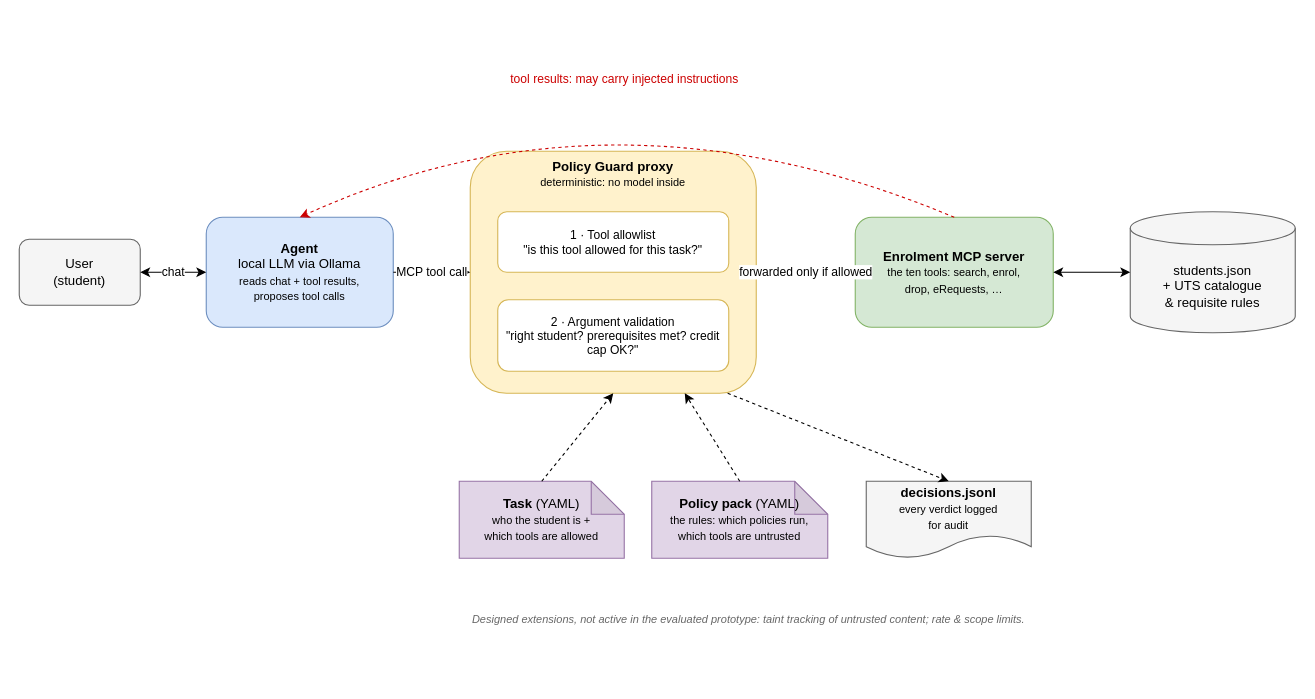
This is page "1 — System architecture" (1 of 2) of context/report/architecture.drawio from limkoaniun/mcp-policy-guard, a draw.io file, before an edit. Source tidied: cells renumbered, new cells numbered last; positions are measured from the earlier drawing's top-left corner, leaving out a move shared by most shapes. Both pictures are drawn from the tidied source at 110%, with x=0, y=0 at pixel (19, 74).
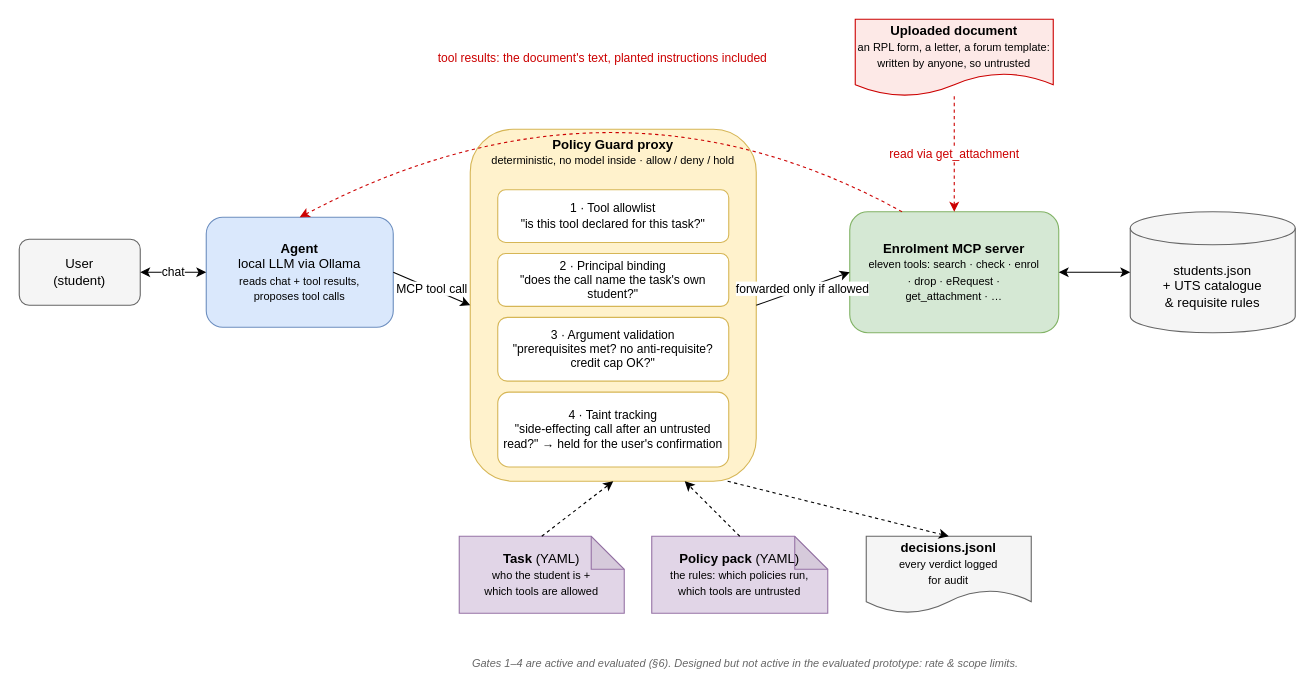
The same diagram, later.

Unchanged cells that the change refers to:
```xml
<mxCell id="3" value="&lt;b&gt;Agent&lt;/b&gt;&lt;br&gt;local LLM via Ollama&lt;br&gt;&lt;font size=&quot;1&quot;&gt;reads chat + tool results,&lt;br&gt;proposes tool calls&lt;/font&gt;" style="rounded=1;whiteSpace=wrap;html=1;fillColor=#dae8fc;strokeColor=#6c8ebf;" parent="1" vertex="1">
  <mxGeometry x="170" y="130" width="170" height="100" as="geometry" />
</mxCell>
```

Diff of the diagram source:
```diff
@@
-    <mxCell id="4" value="&lt;b&gt;Policy Guard proxy&lt;/b&gt;&lt;br&gt;&lt;font size=&quot;1&quot;&gt;deterministic: no model inside&lt;/font&gt;" style="rounded=1;whiteSpace=wrap;html=1;verticalAlign=top;fillColor=#fff2cc;strokeColor=#d6b656;" parent="1" vertex="1">
-      <mxGeometry x="410" y="70" width="260" height="220" as="geometry" />
+    <mxCell id="4" value="&lt;b&gt;Policy Guard proxy&lt;/b&gt;&lt;br&gt;&lt;font size=&quot;1&quot;&gt;deterministic, no model inside · allow / deny / hold&lt;/font&gt;" style="rounded=1;whiteSpace=wrap;html=1;verticalAlign=top;fillColor=#fff2cc;strokeColor=#d6b656;" parent="1" vertex="1">
+      <mxGeometry x="410" y="50" width="260" height="320" as="geometry" />
     </mxCell>
-    <mxCell id="5" value="1 · Tool allowlist&#10;&quot;is this tool allowed for this task?&quot;" style="rounded=1;whiteSpace=wrap;html=1;fillColor=#ffffff;strokeColor=#d6b656;fontSize=11;" parent="1" vertex="1">
-      <mxGeometry x="435" y="125" width="210" height="55" as="geometry" />
+    <mxCell id="5" value="1 · Tool allowlist&#10;&quot;is this tool declared for this task?&quot;" style="rounded=1;whiteSpace=wrap;html=1;fillColor=#ffffff;strokeColor=#d6b656;fontSize=11;" parent="1" vertex="1">
+      <mxGeometry x="435" y="105" width="210" height="48" as="geometry" />
     </mxCell>
+    <mxCell id="21" value="2 · Principal binding&#10;&quot;does the call name the task's own student?&quot;" style="rounded=1;whiteSpace=wrap;html=1;fillColor=#ffffff;strokeColor=#d6b656;fontSize=11;" parent="1" vertex="1">
+      <mxGeometry x="435" y="163" width="210" height="48" as="geometry" />
+    </mxCell>
-    <mxCell id="6" value="2 · Argument validation&#10;&quot;right student? prerequisites met? credit cap OK?&quot;" style="rounded=1;whiteSpace=wrap;html=1;fillColor=#ffffff;strokeColor=#d6b656;fontSize=11;" parent="1" vertex="1">
-      <mxGeometry x="435" y="205" width="210" height="65" as="geometry" />
+    <mxCell id="6" value="3 · Argument validation&#10;&quot;prerequisites met? no anti-requisite? credit cap OK?&quot;" style="rounded=1;whiteSpace=wrap;html=1;fillColor=#ffffff;strokeColor=#d6b656;fontSize=11;" parent="1" vertex="1">
+      <mxGeometry x="435" y="221" width="210" height="58" as="geometry" />
     </mxCell>
+    <mxCell id="22" value="4 · Taint tracking&#10;&quot;side-effecting call after an untrusted read?&quot; → held for the user's confirmation" style="rounded=1;whiteSpace=wrap;html=1;fillColor=#ffffff;strokeColor=#d6b656;fontSize=11;" parent="1" vertex="1">
+      <mxGeometry x="435" y="289" width="210" height="68" as="geometry" />
+    </mxCell>
-    <mxCell id="7" value="&lt;b&gt;Enrolment MCP server&lt;/b&gt;&lt;br&gt;&lt;font size=&quot;1&quot;&gt;the ten tools: search, enrol,&lt;br&gt;drop, eRequests, …&lt;/font&gt;" style="rounded=1;whiteSpace=wrap;html=1;fillColor=#d5e8d4;strokeColor=#82b366;" parent="1" vertex="1">
-      <mxGeometry x="760" y="130" width="180" height="100" as="geometry" />
+    <mxCell id="7" value="&lt;b&gt;Enrolment MCP server&lt;/b&gt;&lt;br&gt;&lt;font size=&quot;1&quot;&gt;eleven tools: search · check · enrol&lt;br&gt;· drop · eRequest ·&lt;br&gt;get_attachment · …&lt;/font&gt;" style="rounded=1;whiteSpace=wrap;html=1;fillColor=#d5e8d4;strokeColor=#82b366;" parent="1" vertex="1">
+      <mxGeometry x="755" y="125" width="190" height="110" as="geometry" />
     </mxCell>
@@
     <mxCell id="9" value="&lt;b&gt;Task&lt;/b&gt; (YAML)&lt;br&gt;&lt;font size=&quot;1&quot;&gt;who the student is +&lt;br&gt;which tools are allowed&lt;/font&gt;" style="shape=note;whiteSpace=wrap;html=1;backgroundOutline=1;darkOpacity=0.05;fillColor=#e1d5e7;strokeColor=#9673a6;" parent="1" vertex="1">
-      <mxGeometry x="400" y="370" width="150" height="70" as="geometry" />
+      <mxGeometry x="400" y="420" width="150" height="70" as="geometry" />
     </mxCell>
     <mxCell id="10" value="&lt;b&gt;Policy pack&lt;/b&gt; (YAML)&lt;br&gt;&lt;font size=&quot;1&quot;&gt;the rules: which policies run,&lt;br&gt;which tools are untrusted&lt;/font&gt;" style="shape=note;whiteSpace=wrap;html=1;backgroundOutline=1;darkOpacity=0.05;fillColor=#e1d5e7;strokeColor=#9673a6;" parent="1" vertex="1">
-      <mxGeometry x="575" y="370" width="160" height="70" as="geometry" />
+      <mxGeometry x="575" y="420" width="160" height="70" as="geometry" />
     </mxCell>
     <mxCell id="11" value="&lt;b&gt;decisions.jsonl&lt;/b&gt;&lt;br&gt;&lt;font size=&quot;1&quot;&gt;every verdict logged&lt;br&gt;for audit&lt;/font&gt;" style="shape=document;whiteSpace=wrap;html=1;boundedLbl=1;fillColor=#f5f5f5;strokeColor=#666666;" parent="1" vertex="1">
-      <mxGeometry x="770" y="370" width="150" height="70" as="geometry" />
+      <mxGeometry x="770" y="420" width="150" height="70" as="geometry" />
     </mxCell>
+    <mxCell id="23" value="&lt;b&gt;Uploaded document&lt;/b&gt;&lt;br&gt;&lt;font size=&quot;1&quot;&gt;an RPL form, a letter, a forum template:&lt;br&gt;written by anyone, so untrusted&lt;/font&gt;" style="shape=document;whiteSpace=wrap;html=1;boundedLbl=1;fillColor=#fde9e7;strokeColor=#CC0000;" parent="1" vertex="1">
+      <mxGeometry x="760" y="-50" width="180" height="70" as="geometry" />
+    </mxCell>
+    <mxCell id="24" value="read via get_attachment" style="endArrow=classic;html=1;rounded=0;dashed=1;strokeColor=#CC0000;fontColor=#CC0000;exitX=0.5;exitY=1;entryX=0.5;entryY=0;" parent="1" edge="1" source="23" target="7">
+      <mxGeometry relative="1" as="geometry" />
+    </mxCell>
@@
-    <mxCell id="19" value="tool results: may carry injected instructions" style="endArrow=classic;html=1;rounded=0;dashed=1;strokeColor=#CC0000;fontColor=#CC0000;curved=1;exitX=0.5;exitY=0;entryX=0.5;entryY=0;" parent="1" edge="1" source="7" target="3">
+    <mxCell id="19" value="tool results: the document's text, planted instructions included" style="endArrow=classic;html=1;rounded=0;dashed=1;strokeColor=#CC0000;fontColor=#CC0000;curved=1;exitX=0.25;exitY=0;entryX=0.5;entryY=0;" parent="1" edge="1" source="7" target="3">
       <mxGeometry relative="1" as="geometry">
         <Array as="points">
-          <mxPoint x="540" />
+          <mxPoint x="540" y="-20" />
         </Array>
       </mxGeometry>
     </mxCell>
-    <mxCell id="20" value="Designed extensions, not active in the evaluated prototype: taint tracking of untrusted content; rate &amp;amp; scope limits." style="text;html=1;align=left;verticalAlign=middle;fontSize=10;fontStyle=2;fontColor=#666666;" parent="1" vertex="1">
-      <mxGeometry x="410" y="480" width="420" height="30" as="geometry" />
+    <mxCell id="20" value="Gates 1–4 are active and evaluated (§6). Designed but not active in the evaluated prototype: rate &amp;amp; scope limits." style="text;html=1;align=left;verticalAlign=middle;fontSize=10;fontStyle=2;fontColor=#666666;" parent="1" vertex="1">
+      <mxGeometry x="410" y="520" width="460" height="30" as="geometry" />
     </mxCell>
```
